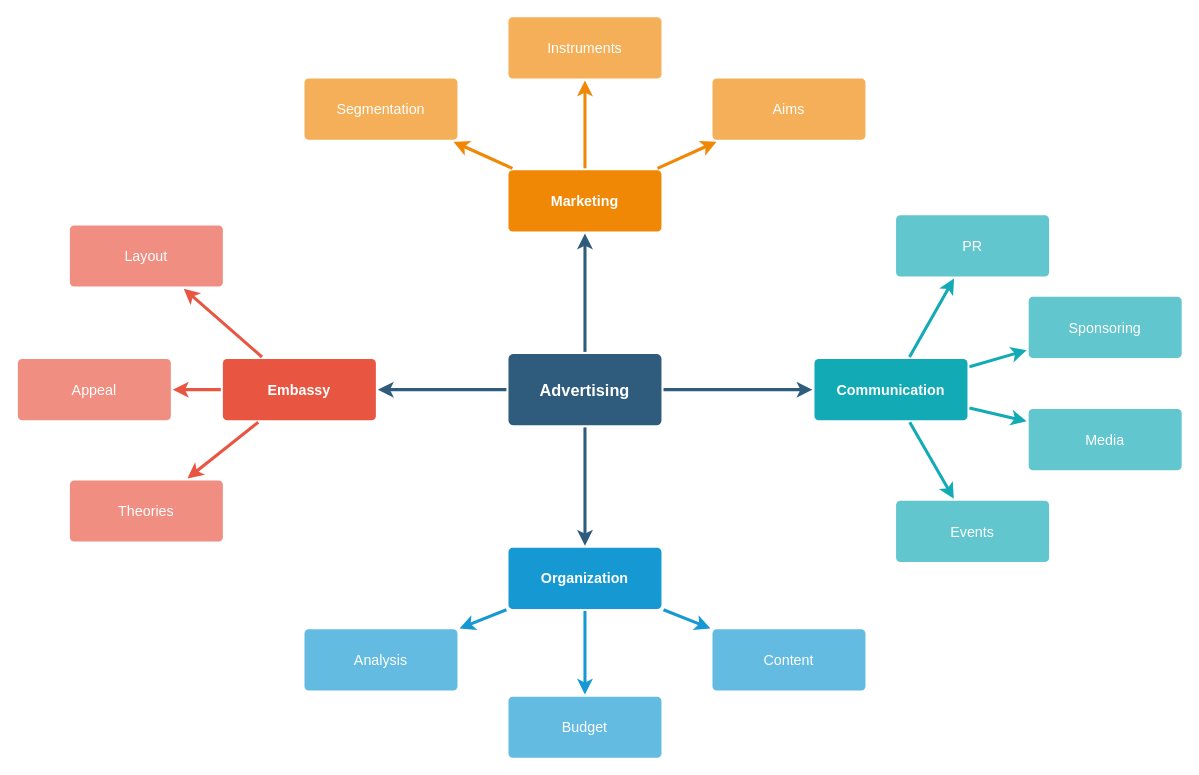
Before: diagrammen/2025-02-10 Mindmap.drawio in LeroyGerrits/zuyd, a draw.io diagram. Source tidied: cells renumbered, new cells numbered last; positions are measured from the earlier drawing's top-left corner, leaving out a move shared by most shapes. Both pictures are drawn from the tidied source at 102%, with x=0, y=0 at pixel (17, 16).
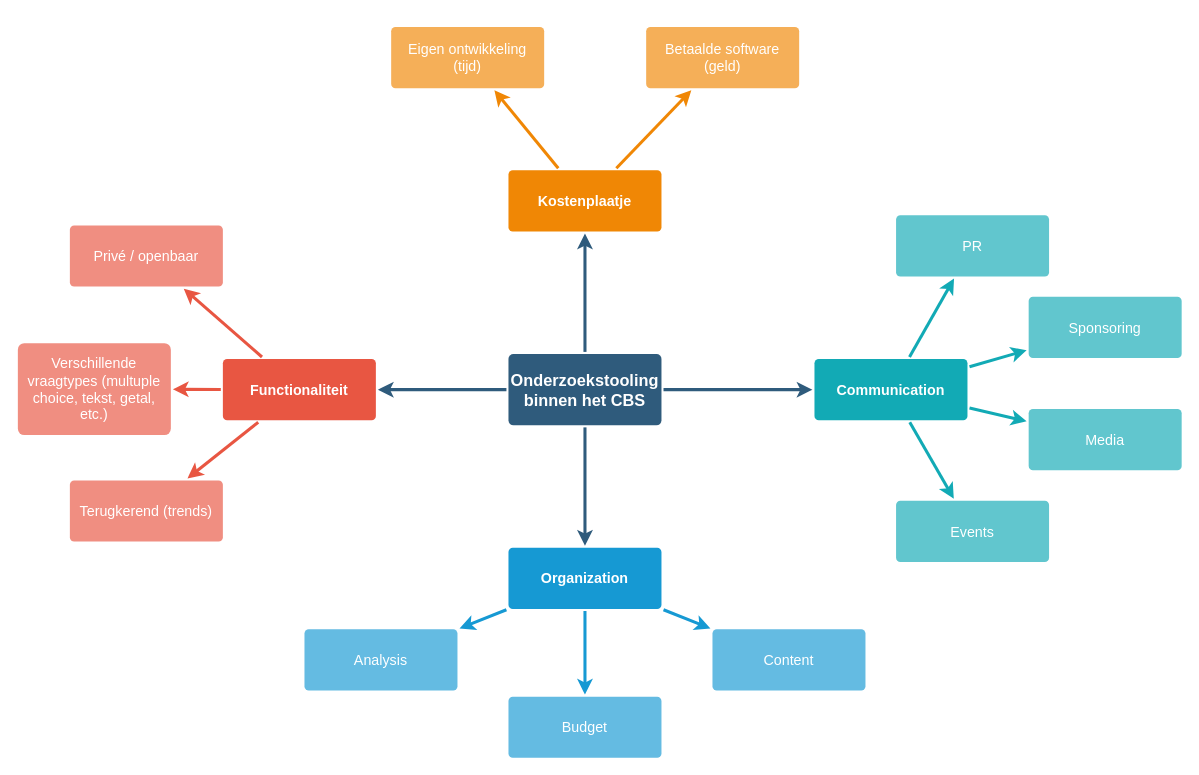
Above is the later version.

What changed in the source:
```diff
@@
-    <mxCell id="6" value="Advertising" style="rounded=1;whiteSpace=wrap;html=1;shadow=0;labelBackgroundColor=none;strokeColor=none;strokeWidth=3;fillColor=#2F5B7C;fontFamily=Helvetica;fontSize=16;fontColor=#FFFFFF;align=center;fontStyle=1;spacing=5;arcSize=7;perimeterSpacing=2;" parent="1" vertex="1">
+    <mxCell id="6" value="Onderzoekstooling binnen het CBS" style="rounded=1;whiteSpace=wrap;html=1;shadow=0;labelBackgroundColor=none;strokeColor=none;strokeWidth=3;fillColor=#2F5B7C;fontFamily=Helvetica;fontSize=16;fontColor=#FFFFFF;align=center;fontStyle=1;spacing=5;arcSize=7;perimeterSpacing=2;" parent="1" vertex="1">
       <mxGeometry x="481" y="330.5" width="150" height="70" as="geometry" />
     </mxCell>
@@
-    <mxCell id="10" value="Embassy" style="rounded=1;whiteSpace=wrap;html=1;shadow=0;labelBackgroundColor=none;strokeColor=none;strokeWidth=3;fillColor=#e85642;fontFamily=Helvetica;fontSize=14;fontColor=#FFFFFF;align=center;spacing=5;fontStyle=1;arcSize=7;perimeterSpacing=2;" parent="1" vertex="1">
+    <mxCell id="10" value="Functionaliteit" style="rounded=1;whiteSpace=wrap;html=1;shadow=0;labelBackgroundColor=none;strokeColor=none;strokeWidth=3;fillColor=#e85642;fontFamily=Helvetica;fontSize=14;fontColor=#FFFFFF;align=center;spacing=5;fontStyle=1;arcSize=7;perimeterSpacing=2;" parent="1" vertex="1">
       <mxGeometry x="201" y="335.5" width="150" height="60" as="geometry" />
     </mxCell>
-    <mxCell id="11" value="Theories" style="rounded=1;whiteSpace=wrap;html=1;shadow=0;labelBackgroundColor=none;strokeColor=none;strokeWidth=3;fillColor=#f08e81;fontFamily=Helvetica;fontSize=14;fontColor=#FFFFFF;align=center;spacing=5;fontStyle=0;arcSize=7;perimeterSpacing=2;" parent="1" vertex="1">
+    <mxCell id="11" value="Terugkerend (trends)" style="rounded=1;whiteSpace=wrap;html=1;shadow=0;labelBackgroundColor=none;strokeColor=none;strokeWidth=3;fillColor=#f08e81;fontFamily=Helvetica;fontSize=14;fontColor=#FFFFFF;align=center;spacing=5;fontStyle=0;arcSize=7;perimeterSpacing=2;" parent="1" vertex="1">
       <mxGeometry x="51" y="454.5" width="150" height="60" as="geometry" />
     </mxCell>
-    <mxCell id="12" value="Appeal" style="rounded=1;whiteSpace=wrap;html=1;shadow=0;labelBackgroundColor=none;strokeColor=none;strokeWidth=3;fillColor=#f08e81;fontFamily=Helvetica;fontSize=14;fontColor=#FFFFFF;align=center;spacing=5;fontStyle=0;arcSize=7;perimeterSpacing=2;" parent="1" vertex="1">
-      <mxGeometry y="335.5" width="150" height="60" as="geometry" />
+    <mxCell id="12" value="Verschillende vraagtypes (multuple choice, tekst, getal, etc.)" style="rounded=1;whiteSpace=wrap;html=1;shadow=0;labelBackgroundColor=none;strokeColor=none;strokeWidth=3;fillColor=#f08e81;fontFamily=Helvetica;fontSize=14;fontColor=#FFFFFF;align=center;spacing=5;fontStyle=0;arcSize=7;perimeterSpacing=2;" parent="1" vertex="1">
+      <mxGeometry y="320" width="150" height="90" as="geometry" />
     </mxCell>
-    <mxCell id="13" value="Layout" style="rounded=1;whiteSpace=wrap;html=1;shadow=0;labelBackgroundColor=none;strokeColor=none;strokeWidth=3;fillColor=#f08e81;fontFamily=Helvetica;fontSize=14;fontColor=#FFFFFF;align=center;spacing=5;fontStyle=0;arcSize=7;perimeterSpacing=2;" parent="1" vertex="1">
+    <mxCell id="13" value="Privé / openbaar" style="rounded=1;whiteSpace=wrap;html=1;shadow=0;labelBackgroundColor=none;strokeColor=none;strokeWidth=3;fillColor=#f08e81;fontFamily=Helvetica;fontSize=14;fontColor=#FFFFFF;align=center;spacing=5;fontStyle=0;arcSize=7;perimeterSpacing=2;" parent="1" vertex="1">
       <mxGeometry x="51" y="204.5" width="150" height="60" as="geometry" />
     </mxCell>
@@
-    <mxCell id="21" value="Marketing" style="rounded=1;whiteSpace=wrap;html=1;shadow=0;labelBackgroundColor=none;strokeColor=none;strokeWidth=3;fillColor=#F08705;fontFamily=Helvetica;fontSize=14;fontColor=#FFFFFF;align=center;spacing=5;fontStyle=1;arcSize=7;perimeterSpacing=2;" parent="1" vertex="1">
+    <mxCell id="21" value="Kostenplaatje" style="rounded=1;whiteSpace=wrap;html=1;shadow=0;labelBackgroundColor=none;strokeColor=none;strokeWidth=3;fillColor=#F08705;fontFamily=Helvetica;fontSize=14;fontColor=#FFFFFF;align=center;spacing=5;fontStyle=1;arcSize=7;perimeterSpacing=2;" parent="1" vertex="1">
       <mxGeometry x="481" y="150.5" width="150" height="60" as="geometry" />
     </mxCell>
-    <mxCell id="22" value="Aims&lt;br&gt;" style="rounded=1;whiteSpace=wrap;html=1;shadow=0;labelBackgroundColor=none;strokeColor=none;strokeWidth=3;fillColor=#f5af58;fontFamily=Helvetica;fontSize=14;fontColor=#FFFFFF;align=center;spacing=5;arcSize=7;perimeterSpacing=2;" parent="1" vertex="1">
-      <mxGeometry x="681" y="60.5" width="150" height="60" as="geometry" />
+    <mxCell id="22" value="Betaalde software (geld)" style="rounded=1;whiteSpace=wrap;html=1;shadow=0;labelBackgroundColor=none;strokeColor=none;strokeWidth=3;fillColor=#f5af58;fontFamily=Helvetica;fontSize=14;fontColor=#FFFFFF;align=center;spacing=5;arcSize=7;perimeterSpacing=2;" parent="1" vertex="1">
+      <mxGeometry x="616" y="10" width="150" height="60" as="geometry" />
     </mxCell>
@@
-    <mxCell id="24" value="Instruments" style="rounded=1;whiteSpace=wrap;html=1;shadow=0;labelBackgroundColor=none;strokeColor=none;strokeWidth=3;fillColor=#f5af58;fontFamily=Helvetica;fontSize=14;fontColor=#FFFFFF;align=center;spacing=5;arcSize=7;perimeterSpacing=2;" parent="1" vertex="1">
-      <mxGeometry x="481" y="0.5" width="150" height="60" as="geometry" />
-    </mxCell>
-    <mxCell id="25" style="edgeStyle=none;rounded=0;jumpStyle=none;html=1;shadow=0;labelBackgroundColor=none;startArrow=none;startFill=0;endArrow=classic;endFill=1;jettySize=auto;strokeColor=#F08705;strokeWidth=3;fontFamily=Helvetica;fontSize=14;fontColor=#FFFFFF;spacing=5;" parent="1" edge="1" source="21" target="24">
-      <mxGeometry relative="1" as="geometry" />
-    </mxCell>
-    <mxCell id="26" value="Segmentation" style="rounded=1;whiteSpace=wrap;html=1;shadow=0;labelBackgroundColor=none;strokeColor=none;strokeWidth=3;fillColor=#f5af58;fontFamily=Helvetica;fontSize=14;fontColor=#FFFFFF;align=center;spacing=5;arcSize=7;perimeterSpacing=2;" parent="1" vertex="1">
-      <mxGeometry x="281" y="60.5" width="150" height="60" as="geometry" />
+    <mxCell id="26" value="Eigen ontwikkeling (tijd)" style="rounded=1;whiteSpace=wrap;html=1;shadow=0;labelBackgroundColor=none;strokeColor=none;strokeWidth=3;fillColor=#f5af58;fontFamily=Helvetica;fontSize=14;fontColor=#FFFFFF;align=center;spacing=5;arcSize=7;perimeterSpacing=2;" parent="1" vertex="1">
+      <mxGeometry x="366" y="10" width="150" height="60" as="geometry" />
     </mxCell>
```
